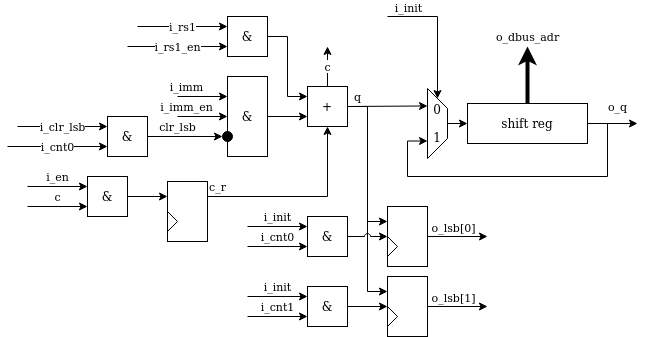
Above: doc/serv_bufreg_int.png in olofk/serv (draw.io), before the change. Source tidied: cells renumbered, new cells last; positions are measured from the earlier drawing's top-left corner, leaving out a move shared by most shapes.
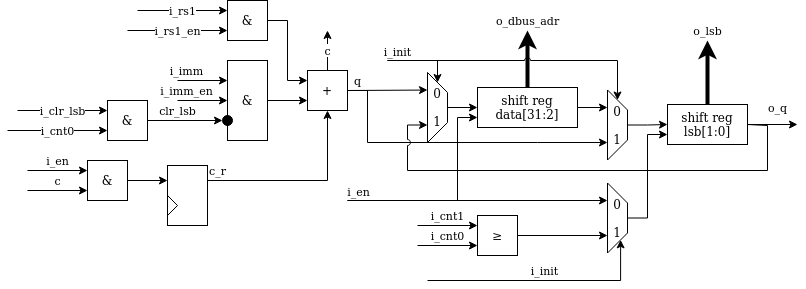
The same file after the commit.

Change to the diagram source:
```diff
@@ -39,9 +39,15 @@
         <mxPoint x="120" y="30" as="sourcePoint" />
       </mxGeometry>
     </mxCell>
-    <mxCell id="10" style="edgeStyle=orthogonalEdgeStyle;rounded=0;jumpStyle=arc;jettySize=auto;html=1;exitX=1;exitY=0.5;exitDx=0;exitDy=0;entryX=0;entryY=0.25;entryDx=0;entryDy=0;" parent="1" edge="1" source="11" target="27">
-      <mxGeometry relative="1" as="geometry" />
-    </mxCell>
+    <mxCell id="54" style="edgeStyle=orthogonalEdgeStyle;rounded=0;jettySize=auto;html=1;exitX=1;exitY=0.5;exitDx=0;exitDy=0;entryX=0.75;entryY=1;entryDx=0;entryDy=0;" parent="1" edge="1" source="11" target="58">
+      <mxGeometry relative="1" as="geometry">
+        <Array as="points">
+          <mxPoint x="360" y="90" />
+          <mxPoint x="360" y="142" />
+          <mxPoint x="530" y="142" />
+        </Array>
+      </mxGeometry>
+    </mxCell>
     <mxCell id="11" value="+" style="rounded=0;whiteSpace=wrap;html=1;" parent="1" vertex="1">
       <mxGeometry x="300" y="70" width="40" height="40" as="geometry" />
     </mxCell>
@@ -77,9 +83,10 @@
     </mxCell>
     <mxCell id="19" style="edgeStyle=orthogonalEdgeStyle;rounded=0;jumpStyle=arc;jettySize=auto;html=1;entryX=0;entryY=0.5;entryDx=0;entryDy=0;" parent="1" edge="1" target="25">
       <mxGeometry relative="1" as="geometry">
-        <mxPoint x="380" as="sourcePoint" />
+        <mxPoint x="380" y="60" as="sourcePoint" />
         <Array as="points">
-          <mxPoint x="430" />
+          <mxPoint x="380" y="60" />
+          <mxPoint x="430" y="60" />
         </Array>
       </mxGeometry>
     </mxCell>
@@ -88,12 +95,13 @@
         <mxPoint x="-4" y="-14" as="offset" />
       </mxGeometry>
     </mxCell>
-    <mxCell id="21" style="edgeStyle=orthogonalEdgeStyle;rounded=0;jumpStyle=arc;jettySize=auto;html=1;exitX=1;exitY=0.5;exitDx=0;exitDy=0;entryX=0.75;entryY=1;entryDx=0;entryDy=0;" parent="1" edge="1" source="23" target="25">
+    <mxCell id="21" style="edgeStyle=orthogonalEdgeStyle;rounded=0;jumpStyle=arc;jettySize=auto;html=1;entryX=0.75;entryY=1;entryDx=0;entryDy=0;exitX=1;exitY=0.5;exitDx=0;exitDy=0;" parent="1" edge="1" source="59" target="25">
       <mxGeometry relative="1" as="geometry">
         <Array as="points">
-          <mxPoint x="600" y="107" />
-          <mxPoint x="600" y="160" />
-          <mxPoint x="400" y="160" />
+          <mxPoint x="740" y="125" />
+          <mxPoint x="760" y="125" />
+          <mxPoint x="760" y="170" />
+          <mxPoint x="400" y="170" />
           <mxPoint x="400" y="125" />
         </Array>
       </mxGeometry>
@@ -104,8 +112,16 @@
         <mxPoint x="10" y="-10" as="offset" />
       </mxGeometry>
     </mxCell>
+    <mxCell id="55" style="edgeStyle=orthogonalEdgeStyle;rounded=0;jettySize=auto;html=1;exitX=1;exitY=0.5;exitDx=0;exitDy=0;entryX=0.25;entryY=1;entryDx=0;entryDy=0;" parent="1" edge="1" source="23" target="58">
+      <mxGeometry relative="1" as="geometry">
+        <Array as="points">
+          <mxPoint x="600" y="107" />
+          <mxPoint x="600" y="106" />
+        </Array>
+      </mxGeometry>
+    </mxCell>
-    <mxCell id="23" value="shift reg" style="rounded=0;whiteSpace=wrap;html=1;fillColor=#FFFFFF;" parent="1" vertex="1">
-      <mxGeometry x="460" y="87" width="120" height="40" as="geometry" />
+    <mxCell id="23" value="&lt;div&gt;shift reg&lt;/div&gt;&lt;div&gt;data[31:2]&lt;br&gt;&lt;/div&gt;" style="rounded=0;whiteSpace=wrap;html=1;fillColor=#FFFFFF;" parent="1" vertex="1">
+      <mxGeometry x="470" y="87" width="100" height="40" as="geometry" />
     </mxCell>
     <mxCell id="24" style="edgeStyle=orthogonalEdgeStyle;rounded=0;jumpStyle=arc;jettySize=auto;html=1;exitX=0.5;exitY=0;exitDx=0;exitDy=0;entryX=0;entryY=0.5;entryDx=0;entryDy=0;" parent="1" edge="1" source="25" target="23">
       <mxGeometry relative="1" as="geometry" />
@@ -113,82 +129,49 @@
     <mxCell id="25" value="&lt;div&gt;0&lt;/div&gt;&lt;div&gt;&lt;br&gt;&lt;/div&gt;&lt;div&gt;1&lt;/div&gt;" style="shape=trapezoid;perimeter=trapezoidPerimeter;whiteSpace=wrap;html=1;fixedSize=1;fillColor=#FFFFFF;direction=south;" parent="1" vertex="1">
       <mxGeometry x="420" y="72" width="20" height="70" as="geometry" />
     </mxCell>
-    <mxCell id="26" style="group;" parent="1" vertex="1">
-      <mxGeometry x="380" y="190" width="40" height="60" as="geometry" />
-    </mxCell>
-    <mxCell id="27" style="rounded=0;whiteSpace=wrap;html=1;fillColor=#FFFFFF;" parent="26" vertex="1">
-      <mxGeometry width="40" height="60" as="geometry" />
-    </mxCell>
-    <mxCell id="28" style="triangle;whiteSpace=wrap;html=1;fillColor=#FFFFFF;" parent="26" vertex="1">
-      <mxGeometry y="30" width="10" height="20" as="geometry" />
-    </mxCell>
-    <mxCell id="29" style="group;" parent="1" vertex="1">
-      <mxGeometry x="380" y="260" width="40" height="60" as="geometry" />
-    </mxCell>
-    <mxCell id="30" style="rounded=0;whiteSpace=wrap;html=1;fillColor=#FFFFFF;" parent="29" vertex="1">
-      <mxGeometry width="40" height="60" as="geometry" />
-    </mxCell>
-    <mxCell id="31" style="triangle;whiteSpace=wrap;html=1;fillColor=#FFFFFF;" parent="29" vertex="1">
-      <mxGeometry y="30" width="10" height="20" as="geometry" />
-    </mxCell>
-    <mxCell id="32" style="edgeStyle=orthogonalEdgeStyle;rounded=0;jumpStyle=arc;jettySize=auto;html=1;exitX=1;exitY=0.5;exitDx=0;exitDy=0;entryX=0;entryY=0.25;entryDx=0;entryDy=0;" parent="1" edge="1" source="11" target="30">
-      <mxGeometry relative="1" as="geometry" />
-    </mxCell>
-    <mxCell id="33" style="edgeStyle=orthogonalEdgeStyle;rounded=0;jettySize=auto;html=1;exitX=1;exitY=0.5;exitDx=0;exitDy=0;entryX=0;entryY=0.5;entryDx=0;entryDy=0;jumpStyle=arc;" parent="1" edge="1" source="34" target="27">
+    <mxCell id="33" style="edgeStyle=orthogonalEdgeStyle;rounded=0;jettySize=auto;html=1;exitX=1;exitY=0.5;exitDx=0;exitDy=0;entryX=0.75;entryY=1;entryDx=0;entryDy=0;jumpStyle=arc;" parent="1" edge="1" source="34" target="62">
       <mxGeometry relative="1" as="geometry" />
     </mxCell>
-    <mxCell id="34" value="&amp;amp;" style="rounded=0;whiteSpace=wrap;html=1;" parent="1" vertex="1">
-      <mxGeometry x="300" y="200" width="40" height="40" as="geometry" />
+    <mxCell id="34" value="≥" style="rounded=0;whiteSpace=wrap;html=1;" parent="1" vertex="1">
+      <mxGeometry x="470" y="215" width="40" height="40" as="geometry" />
     </mxCell>
-    <mxCell id="35" value="i_init" style="edgeStyle=orthogonalEdgeStyle;rounded=0;jettySize=auto;html=1;jumpStyle=arc;entryX=0;entryY=0.25;entryDx=0;entryDy=0;" parent="1" edge="1" target="34">
+    <mxCell id="35" value="i_cnt1" style="edgeStyle=orthogonalEdgeStyle;rounded=0;jettySize=auto;html=1;jumpStyle=arc;entryX=0;entryY=0.25;entryDx=0;entryDy=0;" parent="1" edge="1" target="34">
       <mxGeometry y="10" relative="1" as="geometry">
-        <mxPoint x="240" y="210" as="sourcePoint" />
+        <mxPoint x="410" y="225" as="sourcePoint" />
       </mxGeometry>
     </mxCell>
     <mxCell id="36" value="i_cnt0" style="edgeStyle=orthogonalEdgeStyle;rounded=0;jettySize=auto;html=1;jumpStyle=arc;entryX=0;entryY=0.75;entryDx=0;entryDy=0;" parent="1" edge="1" target="34">
       <mxGeometry y="10" relative="1" as="geometry">
-        <mxPoint x="240" y="230" as="sourcePoint" />
+        <mxPoint x="410" y="245" as="sourcePoint" />
       </mxGeometry>
     </mxCell>
-    <mxCell id="37" style="edgeStyle=orthogonalEdgeStyle;rounded=0;jettySize=auto;html=1;exitX=1;exitY=0.5;exitDx=0;exitDy=0;entryX=0;entryY=0.5;entryDx=0;entryDy=0;jumpStyle=arc;" parent="1" edge="1" source="38" target="30">
-      <mxGeometry relative="1" as="geometry" />
+    <mxCell id="37" style="edgeStyle=orthogonalEdgeStyle;rounded=0;jettySize=auto;html=1;entryX=0.25;entryY=1;entryDx=0;entryDy=0;jumpStyle=arc;" parent="1" edge="1" target="62">
+      <mxGeometry relative="1" as="geometry">
+        <mxPoint x="340" y="200" as="sourcePoint" />
+      </mxGeometry>
     </mxCell>
-    <mxCell id="38" value="&amp;amp;" style="rounded=0;whiteSpace=wrap;html=1;" parent="1" vertex="1">
-      <mxGeometry x="300" y="270" width="40" height="40" as="geometry" />
-    </mxCell>
-    <mxCell id="39" value="i_init" style="edgeStyle=orthogonalEdgeStyle;rounded=0;jettySize=auto;html=1;jumpStyle=arc;entryX=0;entryY=0.25;entryDx=0;entryDy=0;" parent="1" edge="1" target="38">
+    <mxCell id="39" value="i_init" style="edgeStyle=orthogonalEdgeStyle;rounded=0;jettySize=auto;html=1;jumpStyle=arc;entryX=1;entryY=0.25;entryDx=0;entryDy=0;" parent="1" edge="1" target="62">
       <mxGeometry y="10" relative="1" as="geometry">
-        <mxPoint x="240" y="280" as="sourcePoint" />
+        <mxPoint x="420" y="280" as="sourcePoint" />
       </mxGeometry>
     </mxCell>
-    <mxCell id="40" value="i_cnt1" style="edgeStyle=orthogonalEdgeStyle;rounded=0;jettySize=auto;html=1;jumpStyle=arc;entryX=0;entryY=0.75;entryDx=0;entryDy=0;" parent="1" edge="1" target="38">
-      <mxGeometry y="10" relative="1" as="geometry">
-        <mxPoint x="240" y="300" as="sourcePoint" />
-      </mxGeometry>
-    </mxCell>
-    <mxCell id="41" style="edgeStyle=orthogonalEdgeStyle;rounded=0;jettySize=auto;html=1;exitX=1;exitY=0.5;exitDx=0;exitDy=0;" parent="1" edge="1" source="27">
-      <mxGeometry relative="1" as="geometry">
-        <mxPoint x="480" y="220" as="targetPoint" />
-      </mxGeometry>
-    </mxCell>
-    <mxCell id="42" value="o_lsb[0]" style="edgeLabel;html=1;align=center;verticalAlign=middle;" parent="41" vertex="1">
-      <mxGeometry x="-0.25" y="-2" relative="1" as="geometry">
-        <mxPoint x="2" y="-12" as="offset" />
-      </mxGeometry>
-    </mxCell>
-    <mxCell id="43" style="edgeStyle=orthogonalEdgeStyle;rounded=0;jettySize=auto;html=1;exitX=1;exitY=0.5;exitDx=0;exitDy=0;" parent="1" edge="1" source="30">
+    <mxCell id="43" style="edgeStyle=orthogonalEdgeStyle;rounded=0;jettySize=auto;html=1;entryX=0;entryY=0.75;entryDx=0;entryDy=0;" parent="1" edge="1" target="23">
       <mxGeometry relative="1" as="geometry">
-        <mxPoint x="480" y="290" as="targetPoint" />
+        <mxPoint x="340" y="200" as="sourcePoint" />
+        <Array as="points">
+          <mxPoint x="450" y="200" />
+          <mxPoint x="450" y="117" />
+        </Array>
       </mxGeometry>
     </mxCell>
-    <mxCell id="44" value="o_lsb[1]" style="edgeLabel;html=1;align=center;verticalAlign=middle;" parent="43" vertex="1">
-      <mxGeometry x="-0.25" y="-2" relative="1" as="geometry">
-        <mxPoint x="2" y="-12" as="offset" />
-      </mxGeometry>
-    </mxCell>
+    <mxCell id="56" value="i_en" style="edgeLabel;html=1;align=center;verticalAlign=middle;" parent="43" vertex="1">
+      <mxGeometry x="-0.74" y="-2" relative="1" as="geometry">
+        <mxPoint x="-18" y="-12" as="offset" />
+      </mxGeometry>
+    </mxCell>
-    <mxCell id="45" value="o_q" style="edgeStyle=orthogonalEdgeStyle;rounded=0;jumpStyle=arc;jettySize=auto;html=1;exitX=1;exitY=0.5;exitDx=0;exitDy=0;" parent="1" edge="1" source="23">
+    <mxCell id="45" value="o_q" style="edgeStyle=orthogonalEdgeStyle;rounded=0;jumpStyle=arc;jettySize=auto;html=1;exitX=1;exitY=0.5;exitDx=0;exitDy=0;" parent="1" edge="1" source="59">
       <mxGeometry x="0.2" y="17" relative="1" as="geometry">
-        <mxPoint x="630" y="107" as="targetPoint" />
+        <mxPoint x="790" y="124" as="targetPoint" />
       </mxGeometry>
     </mxCell>
     <mxCell id="46" style="group;" parent="1" vertex="1">
@@ -219,5 +202,35 @@
     <mxCell id="53" value="c_r" style="edgeStyle=orthogonalEdgeStyle;rounded=0;jumpStyle=arc;jettySize=auto;html=1;exitX=1;exitY=0.25;exitDx=0;exitDy=0;strokeWidth=1;entryX=0.5;entryY=1;entryDx=0;entryDy=0;" parent="1" edge="1" source="47" target="11">
       <mxGeometry x="0.37" y="110" relative="1" as="geometry" />
     </mxCell>
+    <mxCell id="57" style="edgeStyle=orthogonalEdgeStyle;rounded=0;jettySize=auto;html=1;exitX=0.5;exitY=0;exitDx=0;exitDy=0;entryX=0;entryY=0.5;entryDx=0;entryDy=0;" parent="1" edge="1" source="58" target="59">
+      <mxGeometry relative="1" as="geometry" />
+    </mxCell>
+    <mxCell id="58" value="&lt;div&gt;0&lt;/div&gt;&lt;div&gt;&lt;br&gt;&lt;/div&gt;&lt;div&gt;1&lt;/div&gt;" style="shape=trapezoid;perimeter=trapezoidPerimeter;whiteSpace=wrap;html=1;fixedSize=1;fillColor=#FFFFFF;direction=south;" parent="1" vertex="1">
+      <mxGeometry x="600" y="89.5" width="20" height="70" as="geometry" />
+    </mxCell>
+    <mxCell id="59" value="&lt;div&gt;shift reg&lt;/div&gt;&lt;div&gt;lsb[1:0]&lt;br&gt;&lt;/div&gt;" style="rounded=0;whiteSpace=wrap;html=1;fillColor=#FFFFFF;" parent="1" vertex="1">
+      <mxGeometry x="660" y="104" width="80" height="40" as="geometry" />
+    </mxCell>
+    <mxCell id="60" style="edgeStyle=orthogonalEdgeStyle;rounded=0;jumpStyle=arc;jettySize=auto;html=1;entryX=0;entryY=0.5;entryDx=0;entryDy=0;" parent="1" edge="1" target="58">
+      <mxGeometry relative="1" as="geometry">
+        <mxPoint x="380" y="60" as="sourcePoint" />
+        <Array as="points">
+          <mxPoint x="380" y="60" />
+          <mxPoint x="610" y="60" />
+        </Array>
+      </mxGeometry>
+    </mxCell>
+    <mxCell id="61" style="edgeStyle=orthogonalEdgeStyle;rounded=0;jettySize=auto;html=1;exitX=0.5;exitY=0;exitDx=0;exitDy=0;entryX=0;entryY=0.75;entryDx=0;entryDy=0;" parent="1" edge="1" source="62" target="59">
+      <mxGeometry relative="1" as="geometry" />
+    </mxCell>
+    <mxCell id="62" value="&lt;div&gt;0&lt;/div&gt;&lt;div&gt;&lt;br&gt;&lt;/div&gt;&lt;div&gt;1&lt;/div&gt;" style="shape=trapezoid;perimeter=trapezoidPerimeter;whiteSpace=wrap;html=1;fixedSize=1;fillColor=#FFFFFF;direction=south;" parent="1" vertex="1">
+      <mxGeometry x="600" y="182.5" width="20" height="70" as="geometry" />
+    </mxCell>
+    <mxCell id="63" value="o_lsb" style="edgeStyle=orthogonalEdgeStyle;rounded=0;jettySize=auto;html=1;exitX=0.5;exitY=0;exitDx=0;exitDy=0;strokeWidth=4;" parent="1" edge="1" source="59">
+      <mxGeometry x="1" y="10" relative="1" as="geometry">
+        <mxPoint x="700" y="40" as="targetPoint" />
+        <mxPoint x="10" y="-10" as="offset" />
+      </mxGeometry>
+    </mxCell>
   </root>
 </mxGraphModel>
```
